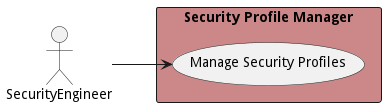
Earlier version of the PlantUML export docs/actors/securityengineer/UseCase.png (madajaju/edgemere).
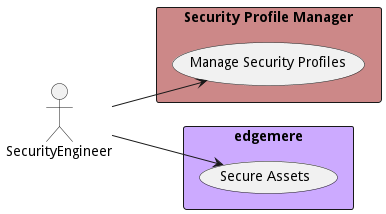
Later version of the same file.

What changed in the source:
```diff
@@ -12,5 +12,11 @@
 
 }
 
+rectangle "edgemere" as edgemere #ccaaff {
+        usecase "Secure Assets" as SecureAssets
+    SecurityEngineer --> SecureAssets
+
+}
+
 
 @enduml
```
